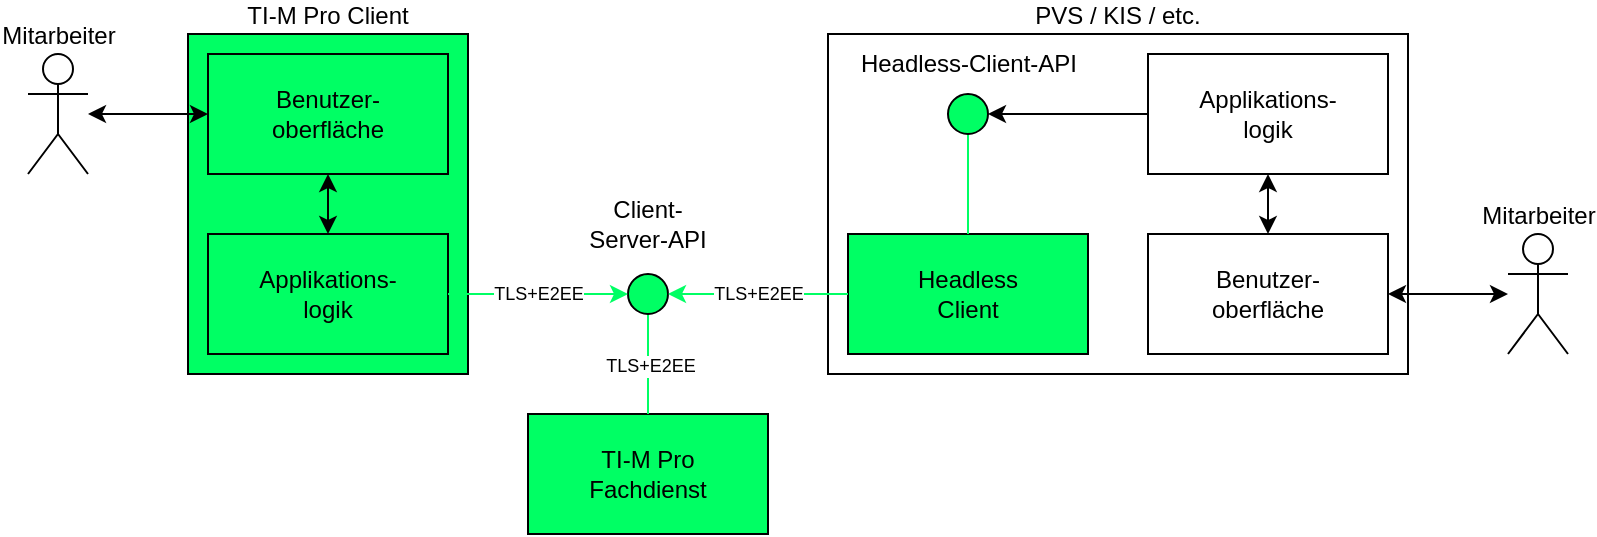
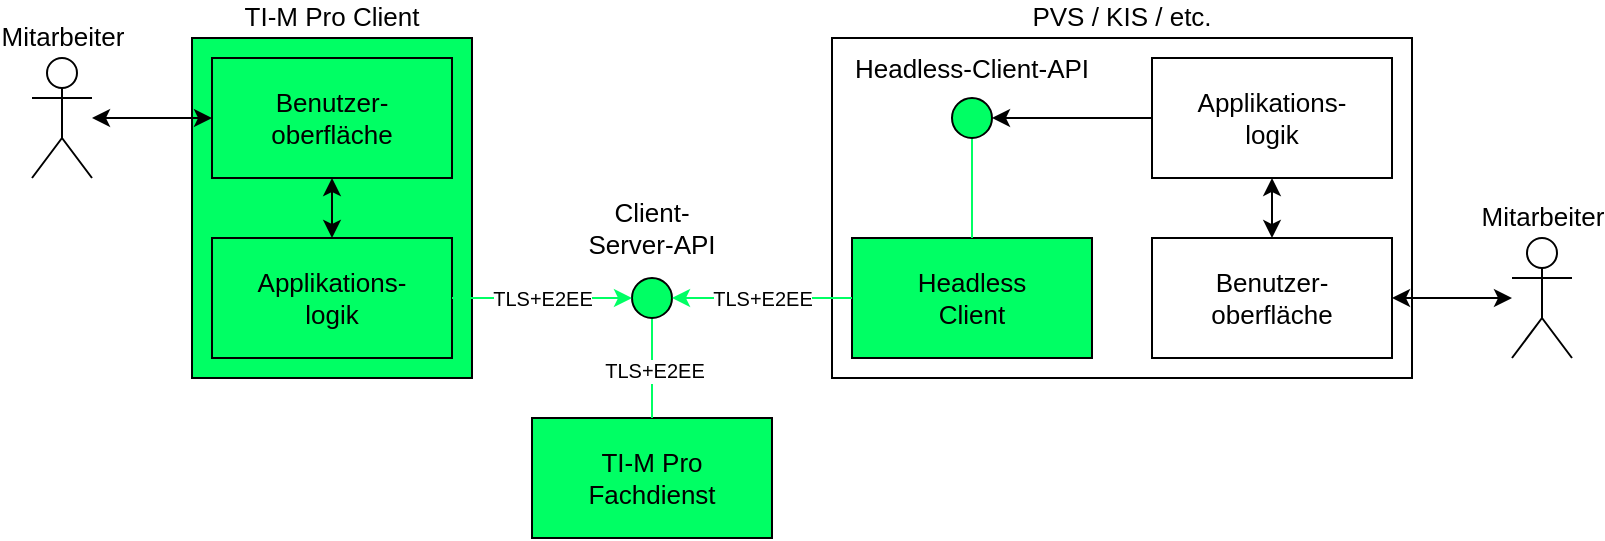
- <mxfile host="Electron" agent="Mozilla/5.0 (Macintosh; Intel Mac OS X 10_15_7) AppleWebKit/537.36 (KHTML, like Gecko) draw.io/29.0.3 Chrome/140.0.7339.249 Electron/38.7.0 Safari/537.36" version="29.0.3">
+ <mxfile host="Electron" agent="Mozilla/5.0 (Macintosh; Intel Mac OS X 10_15_7) AppleWebKit/537.36 (KHTML, like Gecko) draw.io/29.3.0 Chrome/140.0.7339.249 Electron/38.7.2 Safari/537.36" version="29.3.0">
  <diagram name="Page-1" id="JxrCaE_EeB_qr6ey8vhn">
    <mxGraphModel dx="1018" dy="744" grid="1" gridSize="10" guides="1" tooltips="1" connect="1" arrows="1" fold="1" page="1" pageScale="1" pageWidth="827" pageHeight="1169" math="0" shadow="0">
      <root>
        <mxCell id="0" />
        <mxCell id="1" parent="0" />
-         <mxCell id="Xpv7qoTpaxrMEMCDT0tX-31" value="TI-M Pro&lt;div&gt;Fachdienst&lt;/div&gt;" style="rounded=0;whiteSpace=wrap;html=1;fillColor=#00FF64;strokeColor=#000000;" parent="1" vertex="1">
-           <mxGeometry x="380" y="980" width="120" height="60" as="geometry" />
+         <mxCell id="Xpv7qoTpaxrMEMCDT0tX-31" parent="1" style="rounded=0;whiteSpace=wrap;html=1;fillColor=#00FF64;strokeColor=#000000;fontSize=13;" value="TI-M Pro&lt;div&gt;Fachdienst&lt;/div&gt;" vertex="1">
+           <mxGeometry height="60" width="120" x="380" y="980" as="geometry" />
        </mxCell>
-         <mxCell id="Xpv7qoTpaxrMEMCDT0tX-32" value="" style="endArrow=none;html=1;rounded=0;exitX=0.5;exitY=0;exitDx=0;exitDy=0;endFill=0;entryX=0.5;entryY=1;entryDx=0;entryDy=0;fillColor=#e1d5e7;strokeColor=#00FF64;" parent="1" source="Xpv7qoTpaxrMEMCDT0tX-31" target="Xpv7qoTpaxrMEMCDT0tX-39" edge="1">
-           <mxGeometry width="50" height="50" relative="1" as="geometry">
+         <mxCell id="Xpv7qoTpaxrMEMCDT0tX-32" edge="1" parent="1" source="Xpv7qoTpaxrMEMCDT0tX-31" style="endArrow=none;html=1;rounded=0;exitX=0.5;exitY=0;exitDx=0;exitDy=0;endFill=0;entryX=0.5;entryY=1;entryDx=0;entryDy=0;fillColor=#e1d5e7;strokeColor=#00FF64;" target="Xpv7qoTpaxrMEMCDT0tX-39" value="">
+           <mxGeometry height="50" relative="1" width="50" as="geometry">
            <mxPoint x="449.5" y="1010" as="sourcePoint" />
            <mxPoint x="460" y="960" as="targetPoint" />
          </mxGeometry>
        </mxCell>
-         <mxCell id="Xpv7qoTpaxrMEMCDT0tX-107" value="TLS+E2EE" style="edgeLabel;html=1;align=center;verticalAlign=middle;resizable=0;points=[];horizontal=1;labelPosition=center;verticalLabelPosition=middle;fontSize=9;" parent="Xpv7qoTpaxrMEMCDT0tX-32" vertex="1" connectable="0">
-           <mxGeometry x="-0.0429" y="-1" relative="1" as="geometry">
+         <mxCell id="Xpv7qoTpaxrMEMCDT0tX-107" connectable="0" parent="Xpv7qoTpaxrMEMCDT0tX-32" style="edgeLabel;html=1;align=center;verticalAlign=middle;resizable=0;points=[];horizontal=1;labelPosition=center;verticalLabelPosition=middle;fontSize=10;" value="TLS+E2EE" vertex="1">
+           <mxGeometry relative="1" x="-0.0429" y="-1" as="geometry">
            <mxPoint as="offset" />
          </mxGeometry>
        </mxCell>
-         <mxCell id="Xpv7qoTpaxrMEMCDT0tX-33" value="Client-Server-API" style="text;html=1;whiteSpace=wrap;strokeColor=none;fillColor=none;align=center;verticalAlign=middle;rounded=0;" parent="1" vertex="1">
-           <mxGeometry x="405" y="870" width="70" height="30" as="geometry" />
+         <mxCell id="Xpv7qoTpaxrMEMCDT0tX-33" parent="1" style="text;html=1;whiteSpace=wrap;strokeColor=none;fillColor=none;align=center;verticalAlign=middle;rounded=0;fontSize=13;" value="Client-Server-API" vertex="1">
+           <mxGeometry height="30" width="70" x="405" y="870" as="geometry" />
        </mxCell>
-         <mxCell id="Xpv7qoTpaxrMEMCDT0tX-35" value="TI-M Pro&amp;nbsp;&lt;span style=&quot;background-color: transparent; color: light-dark(rgb(0, 0, 0), rgb(255, 255, 255));&quot;&gt;Client&lt;/span&gt;" style="rounded=0;whiteSpace=wrap;html=1;fillColor=#00FF64;strokeColor=#000000;verticalAlign=bottom;fontStyle=0;labelPosition=center;verticalLabelPosition=top;align=center;" parent="1" vertex="1">
-           <mxGeometry x="210" y="790" width="140" height="170" as="geometry" />
+         <mxCell id="Xpv7qoTpaxrMEMCDT0tX-35" parent="1" style="rounded=0;whiteSpace=wrap;html=1;fillColor=#00FF64;strokeColor=#000000;verticalAlign=bottom;fontStyle=0;labelPosition=center;verticalLabelPosition=top;align=center;fontSize=13;" value="TI-M Pro&amp;nbsp;&lt;span style=&quot;background-color: transparent; color: light-dark(rgb(0, 0, 0), rgb(255, 255, 255));&quot;&gt;Client&lt;/span&gt;" vertex="1">
+           <mxGeometry height="170" width="140" x="210" y="790" as="geometry" />
        </mxCell>
-         <mxCell id="Xpv7qoTpaxrMEMCDT0tX-39" value="" style="ellipse;whiteSpace=wrap;html=1;aspect=fixed;fillColor=#00FF64;strokeColor=#000000;" parent="1" vertex="1">
-           <mxGeometry x="430" y="910" width="20" height="20" as="geometry" />
+         <mxCell id="Xpv7qoTpaxrMEMCDT0tX-39" parent="1" style="ellipse;whiteSpace=wrap;html=1;aspect=fixed;fillColor=#00FF64;strokeColor=#000000;fontSize=13;" value="" vertex="1">
+           <mxGeometry height="20" width="20" x="430" y="910" as="geometry" />
        </mxCell>
-         <mxCell id="Xpv7qoTpaxrMEMCDT0tX-40" value="Mitarbeiter" style="shape=umlActor;verticalLabelPosition=top;verticalAlign=bottom;html=1;outlineConnect=0;labelPosition=center;align=center;" parent="1" vertex="1">
-           <mxGeometry x="130" y="800" width="30" height="60" as="geometry" />
+         <mxCell id="Xpv7qoTpaxrMEMCDT0tX-40" parent="1" style="shape=umlActor;verticalLabelPosition=top;verticalAlign=bottom;html=1;outlineConnect=0;labelPosition=center;align=center;fontSize=13;" value="Mitarbeiter" vertex="1">
+           <mxGeometry height="60" width="30" x="130" y="800" as="geometry" />
        </mxCell>
-         <mxCell id="Xpv7qoTpaxrMEMCDT0tX-41" value="" style="endArrow=classic;startArrow=classic;html=1;rounded=0;exitX=0;exitY=0.5;exitDx=0;exitDy=0;" parent="1" source="wK5yh5TK6hXDZH_PQgzs-29" target="Xpv7qoTpaxrMEMCDT0tX-40" edge="1">
-           <mxGeometry width="50" height="50" relative="1" as="geometry">
+         <mxCell id="Xpv7qoTpaxrMEMCDT0tX-41" edge="1" parent="1" source="wK5yh5TK6hXDZH_PQgzs-29" style="endArrow=classic;startArrow=classic;html=1;rounded=0;exitX=0;exitY=0.5;exitDx=0;exitDy=0;fontSize=13;" target="Xpv7qoTpaxrMEMCDT0tX-40" value="">
+           <mxGeometry height="50" relative="1" width="50" as="geometry">
            <mxPoint x="420" y="860" as="sourcePoint" />
            <mxPoint x="470" y="810" as="targetPoint" />
          </mxGeometry>
        </mxCell>
-         <mxCell id="Xpv7qoTpaxrMEMCDT0tX-45" value="PVS / KIS / etc." style="rounded=0;whiteSpace=wrap;html=1;labelPosition=center;verticalLabelPosition=top;align=center;verticalAlign=bottom;fontStyle=0" parent="1" vertex="1">
-           <mxGeometry x="530" y="790" width="290" height="170" as="geometry" />
+         <mxCell id="Xpv7qoTpaxrMEMCDT0tX-45" parent="1" style="rounded=0;whiteSpace=wrap;html=1;labelPosition=center;verticalLabelPosition=top;align=center;verticalAlign=bottom;fontStyle=0;fontSize=13;" value="PVS / KIS / etc." vertex="1">
+           <mxGeometry height="170" width="290" x="530" y="790" as="geometry" />
        </mxCell>
-         <mxCell id="Xpv7qoTpaxrMEMCDT0tX-55" value="Headless-&lt;span style=&quot;background-color: transparent; color: light-dark(rgb(0, 0, 0), rgb(255, 255, 255));&quot;&gt;Client-API&lt;/span&gt;" style="text;html=1;whiteSpace=wrap;strokeColor=none;fillColor=none;align=center;verticalAlign=middle;rounded=0;" parent="1" vertex="1">
-           <mxGeometry x="542.5" y="790" width="115" height="30" as="geometry" />
+         <mxCell id="Xpv7qoTpaxrMEMCDT0tX-55" parent="1" style="text;html=1;whiteSpace=wrap;strokeColor=none;fillColor=none;align=center;verticalAlign=middle;rounded=0;fontSize=13;" value="Headless-&lt;span style=&quot;background-color: transparent; color: light-dark(rgb(0, 0, 0), rgb(255, 255, 255));&quot;&gt;Client-API&lt;/span&gt;" vertex="1">
+           <mxGeometry height="30" width="127.5" x="536.25" y="790" as="geometry" />
        </mxCell>
-         <mxCell id="Xpv7qoTpaxrMEMCDT0tX-57" value="Mitarbeiter" style="shape=umlActor;verticalLabelPosition=top;verticalAlign=bottom;html=1;outlineConnect=0;labelPosition=center;align=center;" parent="1" vertex="1">
-           <mxGeometry x="870" y="890" width="30" height="60" as="geometry" />
+         <mxCell id="Xpv7qoTpaxrMEMCDT0tX-57" parent="1" style="shape=umlActor;verticalLabelPosition=top;verticalAlign=bottom;html=1;outlineConnect=0;labelPosition=center;align=center;fontSize=13;" value="Mitarbeiter" vertex="1">
+           <mxGeometry height="60" width="30" x="870" y="890" as="geometry" />
        </mxCell>
-         <mxCell id="Xpv7qoTpaxrMEMCDT0tX-59" value="" style="endArrow=classic;startArrow=classic;html=1;rounded=0;exitX=1;exitY=0.5;exitDx=0;exitDy=0;" parent="1" source="wK5yh5TK6hXDZH_PQgzs-21" target="Xpv7qoTpaxrMEMCDT0tX-57" edge="1">
-           <mxGeometry width="50" height="50" relative="1" as="geometry">
+         <mxCell id="Xpv7qoTpaxrMEMCDT0tX-59" edge="1" parent="1" source="wK5yh5TK6hXDZH_PQgzs-21" style="endArrow=classic;startArrow=classic;html=1;rounded=0;exitX=1;exitY=0.5;exitDx=0;exitDy=0;fontSize=13;" target="Xpv7qoTpaxrMEMCDT0tX-57" value="">
+           <mxGeometry height="50" relative="1" width="50" as="geometry">
            <mxPoint x="380" y="1030" as="sourcePoint" />
            <mxPoint x="430" y="980" as="targetPoint" />
          </mxGeometry>
        </mxCell>
-         <mxCell id="Xpv7qoTpaxrMEMCDT0tX-34" value="Headless&lt;div&gt;Client&lt;/div&gt;" style="rounded=0;whiteSpace=wrap;html=1;fillColor=#00FF64;strokeColor=#000000;" parent="1" vertex="1">
-           <mxGeometry x="540" y="890" width="120" height="60" as="geometry" />
+         <mxCell id="Xpv7qoTpaxrMEMCDT0tX-34" parent="1" style="rounded=0;whiteSpace=wrap;html=1;fillColor=#00FF64;strokeColor=#000000;fontSize=13;" value="Headless&lt;div&gt;Client&lt;/div&gt;" vertex="1">
+           <mxGeometry height="60" width="120" x="540" y="890" as="geometry" />
        </mxCell>
-         <mxCell id="wK5yh5TK6hXDZH_PQgzs-20" value="" style="endArrow=none;startArrow=classic;html=1;rounded=0;exitX=1;exitY=0.5;exitDx=0;exitDy=0;endFill=0;" parent="1" source="wK5yh5TK6hXDZH_PQgzs-26" target="wK5yh5TK6hXDZH_PQgzs-19" edge="1">
-           <mxGeometry width="50" height="50" relative="1" as="geometry">
+         <mxCell id="wK5yh5TK6hXDZH_PQgzs-20" edge="1" parent="1" source="wK5yh5TK6hXDZH_PQgzs-26" style="endArrow=none;startArrow=classic;html=1;rounded=0;exitX=1;exitY=0.5;exitDx=0;exitDy=0;endFill=0;fontSize=13;" target="wK5yh5TK6hXDZH_PQgzs-19" value="">
+           <mxGeometry height="50" relative="1" width="50" as="geometry">
            <mxPoint x="419.6592582628907" y="907.4118095489748" as="sourcePoint" />
            <mxPoint x="820" y="999" as="targetPoint" />
          </mxGeometry>
        </mxCell>
-         <mxCell id="wK5yh5TK6hXDZH_PQgzs-19" value="Applikations-&lt;div&gt;logik&lt;/div&gt;" style="rounded=0;whiteSpace=wrap;html=1;" parent="1" vertex="1">
-           <mxGeometry x="690" y="800" width="120" height="60" as="geometry" />
+         <mxCell id="wK5yh5TK6hXDZH_PQgzs-19" parent="1" style="rounded=0;whiteSpace=wrap;html=1;fontSize=13;" value="Applikations-&lt;div&gt;logik&lt;/div&gt;" vertex="1">
+           <mxGeometry height="60" width="120" x="690" y="800" as="geometry" />
        </mxCell>
-         <mxCell id="wK5yh5TK6hXDZH_PQgzs-21" value="Benutzer-&lt;div&gt;oberfläche&lt;/div&gt;" style="rounded=0;whiteSpace=wrap;html=1;" parent="1" vertex="1">
-           <mxGeometry x="690" y="890" width="120" height="60" as="geometry" />
+         <mxCell id="wK5yh5TK6hXDZH_PQgzs-21" parent="1" style="rounded=0;whiteSpace=wrap;html=1;fontSize=13;" value="Benutzer-&lt;div&gt;oberfläche&lt;/div&gt;" vertex="1">
+           <mxGeometry height="60" width="120" x="690" y="890" as="geometry" />
        </mxCell>
-         <mxCell id="wK5yh5TK6hXDZH_PQgzs-22" value="" style="endArrow=classic;startArrow=classic;html=1;rounded=0;exitX=0.5;exitY=1;exitDx=0;exitDy=0;entryX=0.5;entryY=0;entryDx=0;entryDy=0;" parent="1" source="wK5yh5TK6hXDZH_PQgzs-19" target="wK5yh5TK6hXDZH_PQgzs-21" edge="1">
-           <mxGeometry width="50" height="50" relative="1" as="geometry">
+         <mxCell id="wK5yh5TK6hXDZH_PQgzs-22" edge="1" parent="1" source="wK5yh5TK6hXDZH_PQgzs-19" style="endArrow=classic;startArrow=classic;html=1;rounded=0;exitX=0.5;exitY=1;exitDx=0;exitDy=0;entryX=0.5;entryY=0;entryDx=0;entryDy=0;fontSize=13;" target="wK5yh5TK6hXDZH_PQgzs-21" value="">
+           <mxGeometry height="50" relative="1" width="50" as="geometry">
            <mxPoint x="870" y="980" as="sourcePoint" />
            <mxPoint x="920" y="930" as="targetPoint" />
          </mxGeometry>
        </mxCell>
-         <mxCell id="wK5yh5TK6hXDZH_PQgzs-25" value="" style="endArrow=none;html=1;rounded=0;exitX=0.5;exitY=1;exitDx=0;exitDy=0;fillColor=#e1d5e7;strokeColor=#00FF64;entryX=0.5;entryY=0;entryDx=0;entryDy=0;" parent="1" source="wK5yh5TK6hXDZH_PQgzs-26" target="Xpv7qoTpaxrMEMCDT0tX-34" edge="1">
-           <mxGeometry width="50" height="50" relative="1" as="geometry">
+         <mxCell id="wK5yh5TK6hXDZH_PQgzs-25" edge="1" parent="1" source="wK5yh5TK6hXDZH_PQgzs-26" style="endArrow=none;html=1;rounded=0;exitX=0.5;exitY=1;exitDx=0;exitDy=0;fillColor=#e1d5e7;strokeColor=#00FF64;entryX=0.5;entryY=0;entryDx=0;entryDy=0;fontSize=13;" target="Xpv7qoTpaxrMEMCDT0tX-34" value="">
+           <mxGeometry height="50" relative="1" width="50" as="geometry">
            <mxPoint x="460" y="900" as="sourcePoint" />
            <mxPoint x="540" y="820" as="targetPoint" />
          </mxGeometry>
        </mxCell>
-         <mxCell id="wK5yh5TK6hXDZH_PQgzs-26" value="" style="ellipse;whiteSpace=wrap;html=1;aspect=fixed;fillColor=#00FF64;strokeColor=#000000;" parent="1" vertex="1">
-           <mxGeometry x="590" y="820" width="20" height="20" as="geometry" />
+         <mxCell id="wK5yh5TK6hXDZH_PQgzs-26" parent="1" style="ellipse;whiteSpace=wrap;html=1;aspect=fixed;fillColor=#00FF64;strokeColor=#000000;fontSize=13;" value="" vertex="1">
+           <mxGeometry height="20" width="20" x="590" y="820" as="geometry" />
        </mxCell>
-         <mxCell id="Xpv7qoTpaxrMEMCDT0tX-37" value="TLS+E2EE" style="endArrow=classic;html=1;rounded=0;entryX=1;entryY=0.5;entryDx=0;entryDy=0;exitX=0;exitY=0.5;exitDx=0;exitDy=0;fontSize=9;labelPosition=center;verticalLabelPosition=middle;align=center;verticalAlign=middle;fillColor=#e1d5e7;strokeColor=#00FF64;" parent="1" source="Xpv7qoTpaxrMEMCDT0tX-34" target="Xpv7qoTpaxrMEMCDT0tX-39" edge="1">
-           <mxGeometry width="50" height="50" relative="1" as="geometry">
+         <mxCell id="Xpv7qoTpaxrMEMCDT0tX-37" edge="1" parent="1" source="Xpv7qoTpaxrMEMCDT0tX-34" style="endArrow=classic;html=1;rounded=0;entryX=1;entryY=0.5;entryDx=0;entryDy=0;exitX=0;exitY=0.5;exitDx=0;exitDy=0;fontSize=10;labelPosition=center;verticalLabelPosition=middle;align=center;verticalAlign=middle;fillColor=#e1d5e7;strokeColor=#00FF64;" target="Xpv7qoTpaxrMEMCDT0tX-39" value="TLS+E2EE">
+           <mxGeometry height="50" relative="1" width="50" as="geometry">
            <mxPoint x="530" y="900" as="sourcePoint" />
            <mxPoint x="460" y="930" as="targetPoint" />
          </mxGeometry>
        </mxCell>
-         <mxCell id="wK5yh5TK6hXDZH_PQgzs-28" value="Applikations-&lt;div&gt;logik&lt;/div&gt;" style="rounded=0;whiteSpace=wrap;html=1;fillColor=#00FF64;strokeColor=#000000;" parent="1" vertex="1">
-           <mxGeometry x="220" y="890" width="120" height="60" as="geometry" />
+         <mxCell id="wK5yh5TK6hXDZH_PQgzs-28" parent="1" style="rounded=0;whiteSpace=wrap;html=1;fillColor=#00FF64;strokeColor=#000000;fontSize=13;" value="Applikations-&lt;div&gt;logik&lt;/div&gt;" vertex="1">
+           <mxGeometry height="60" width="120" x="220" y="890" as="geometry" />
        </mxCell>
-         <mxCell id="wK5yh5TK6hXDZH_PQgzs-29" value="Benutzer-&lt;div&gt;oberfläche&lt;/div&gt;" style="rounded=0;whiteSpace=wrap;html=1;fillColor=#00FF64;strokeColor=#000000;" parent="1" vertex="1">
-           <mxGeometry x="220" y="800" width="120" height="60" as="geometry" />
+         <mxCell id="wK5yh5TK6hXDZH_PQgzs-29" parent="1" style="rounded=0;whiteSpace=wrap;html=1;fillColor=#00FF64;strokeColor=#000000;fontSize=13;" value="Benutzer-&lt;div&gt;oberfläche&lt;/div&gt;" vertex="1">
+           <mxGeometry height="60" width="120" x="220" y="800" as="geometry" />
        </mxCell>
-         <mxCell id="wK5yh5TK6hXDZH_PQgzs-30" value="" style="endArrow=classic;startArrow=classic;html=1;rounded=0;entryX=0.5;entryY=1;entryDx=0;entryDy=0;exitX=0.5;exitY=0;exitDx=0;exitDy=0;" parent="1" source="wK5yh5TK6hXDZH_PQgzs-28" target="wK5yh5TK6hXDZH_PQgzs-29" edge="1">
-           <mxGeometry width="50" height="50" relative="1" as="geometry">
+         <mxCell id="wK5yh5TK6hXDZH_PQgzs-30" edge="1" parent="1" source="wK5yh5TK6hXDZH_PQgzs-28" style="endArrow=classic;startArrow=classic;html=1;rounded=0;entryX=0.5;entryY=1;entryDx=0;entryDy=0;exitX=0.5;exitY=0;exitDx=0;exitDy=0;fontSize=13;" target="wK5yh5TK6hXDZH_PQgzs-29" value="">
+           <mxGeometry height="50" relative="1" width="50" as="geometry">
            <mxPoint x="430" y="880" as="sourcePoint" />
            <mxPoint x="480" y="830" as="targetPoint" />
          </mxGeometry>
        </mxCell>
-         <mxCell id="wK5yh5TK6hXDZH_PQgzs-31" value="TLS+E2EE" style="endArrow=classic;html=1;rounded=0;entryX=0;entryY=0.5;entryDx=0;entryDy=0;exitX=1;exitY=0.5;exitDx=0;exitDy=0;fontSize=9;labelPosition=center;verticalLabelPosition=middle;align=center;verticalAlign=middle;fillColor=#e1d5e7;strokeColor=#00FF64;" parent="1" source="wK5yh5TK6hXDZH_PQgzs-28" target="Xpv7qoTpaxrMEMCDT0tX-39" edge="1">
-           <mxGeometry width="50" height="50" relative="1" as="geometry">
+         <mxCell id="wK5yh5TK6hXDZH_PQgzs-31" edge="1" parent="1" source="wK5yh5TK6hXDZH_PQgzs-28" style="endArrow=classic;html=1;rounded=0;entryX=0;entryY=0.5;entryDx=0;entryDy=0;exitX=1;exitY=0.5;exitDx=0;exitDy=0;fontSize=10;labelPosition=center;verticalLabelPosition=middle;align=center;verticalAlign=middle;fillColor=#e1d5e7;strokeColor=#00FF64;" target="Xpv7qoTpaxrMEMCDT0tX-39" value="TLS+E2EE">
+           <mxGeometry height="50" relative="1" width="50" as="geometry">
            <mxPoint x="550" y="920" as="sourcePoint" />
            <mxPoint x="460" y="920" as="targetPoint" />
          </mxGeometry>
        </mxCell>
      </root>
    </mxGraphModel>
  </diagram>
</mxfile>
